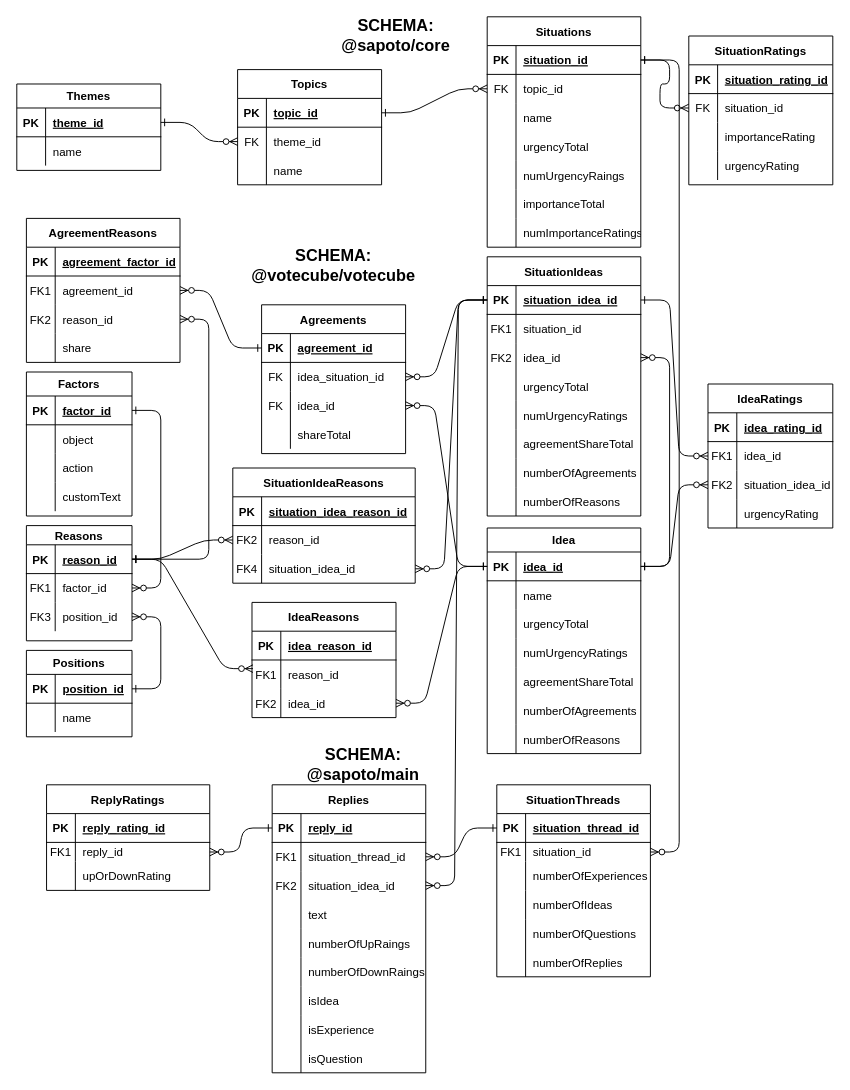
The draw.io diagram apps/entity-relationship-diagram.drawio in Past-The-War-Earth/sapoto.net, before the edit. Source tidied: cells renumbered, new cells numbered last; positions are measured from the earlier drawing's top-left corner, leaving out a move shared by most shapes. Both pictures are drawn from the tidied source at 96%, with x=0, y=0 at pixel (16, 16).
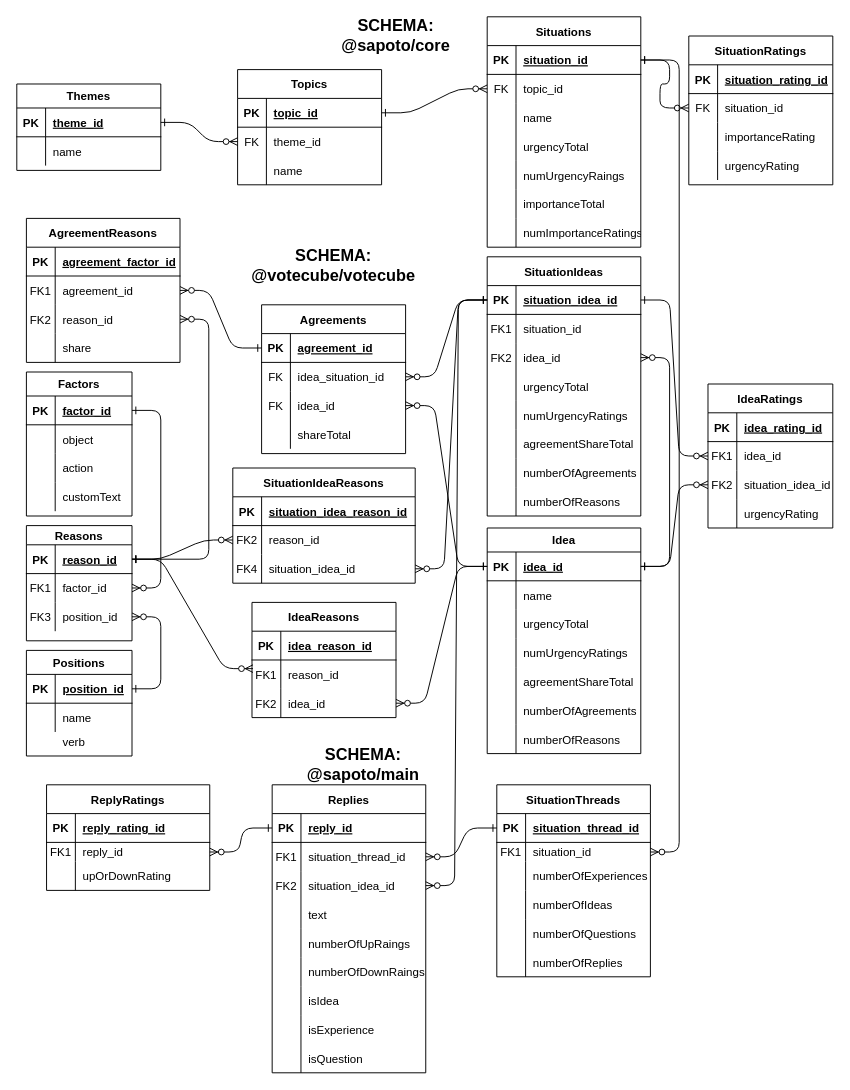
Above is the later version.

Diff of the diagram source:
```diff
@@
     <mxCell id="206" value="Positions" style="shape=table;startSize=25;childLayout=tableLayout;rowLines=0;fontStyle=1;align=center;" parent="1" vertex="1">
-      <mxGeometry x="10" y="660" width="110" height="90" as="geometry" />
+      <mxGeometry x="10" y="660" width="110" height="110" as="geometry" />
     </mxCell>
@@
+    <mxCell id="270" style="shape=partialRectangle;fillColor=none;top=0;left=0;right=0;bottom=0;" parent="1" vertex="1">
+      <mxGeometry x="10" y="740" width="110" height="30" as="geometry" />
+    </mxCell>
+    <mxCell id="271" style="shape=partialRectangle;overflow=hidden;fillColor=none;top=0;left=0;bottom=0;right=0;" parent="270" vertex="1">
+      <mxGeometry width="30" height="30" as="geometry" />
+    </mxCell>
+    <mxCell id="272" value="verb" style="shape=partialRectangle;overflow=hidden;fillColor=none;top=0;left=0;bottom=0;right=0;align=left;spacingLeft=6;" parent="270" vertex="1">
+      <mxGeometry x="30" width="80" height="30" as="geometry" />
+    </mxCell>
```
